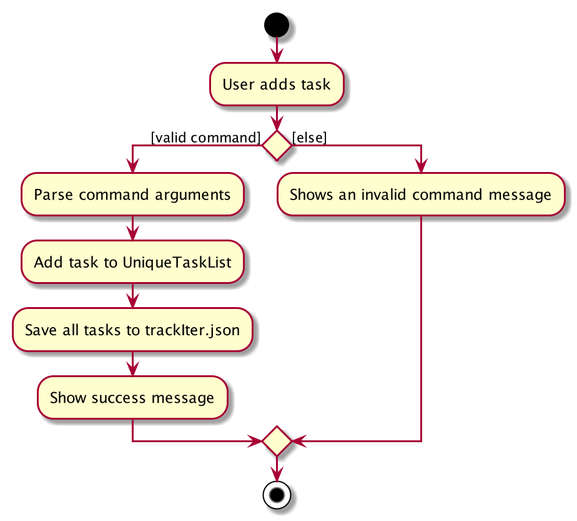
Earlier version of the PlantUML export docs/images/AddTaskActivityDiagram.png (simonteozw/tp). The source it was exported from:
```plantuml
@startuml
start
:User adds task;


if () then ([valid command])
    :Parse command arguments;
    :Add task to UniqueTaskList;
    :Save all tasks to trackIter.json;
    :Show success message;
else ([else])
    :Shows an invalid command message;
endif
stop
@enduml
```
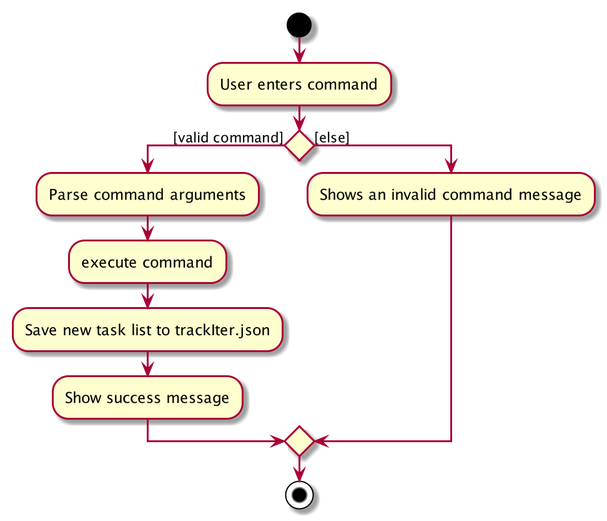
Above is the later version.

The edit, as a diff of the source:
```diff
@@ -1,12 +1,12 @@
 @startuml
 start
-:User adds task;
+:User enters command;
 
 
 if () then ([valid command])
     :Parse command arguments;
-    :Add task to UniqueTaskList;
-    :Save all tasks to trackIter.json;
+    :execute command;
+    :Save new task list to trackIter.json;
     :Show success message;
 else ([else])
     :Shows an invalid command message;
```
